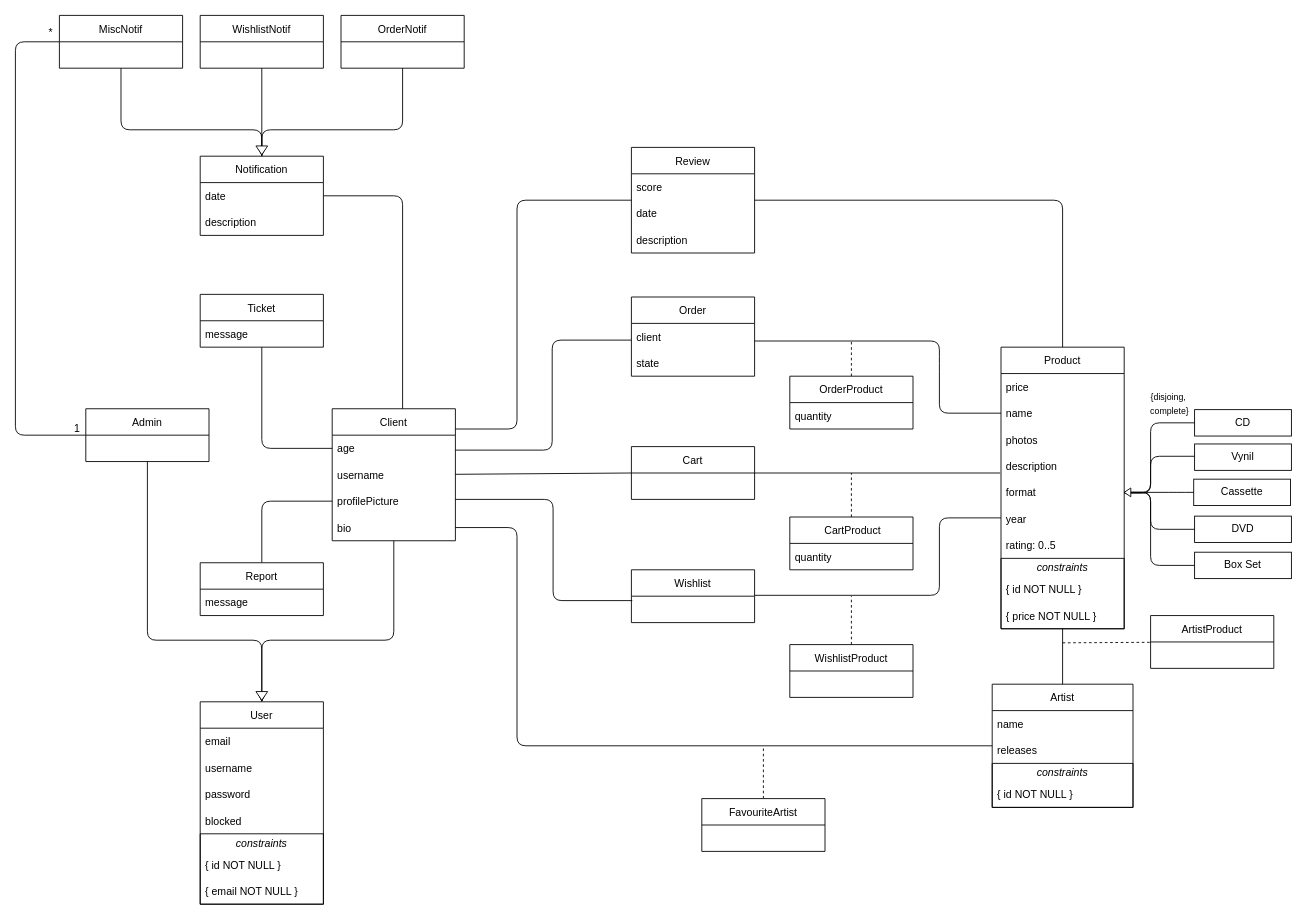
Above: docs/lbaw-uml.drawio in toni-santos/lbaw-earworm (draw.io), before the change. Source tidied: cells renumbered, new cells numbered last; positions are measured from the earlier drawing's top-left corner, leaving out a move shared by most shapes. Both pictures are drawn from the tidied source at 88%, with x=0, y=0 at pixel (15, 15).
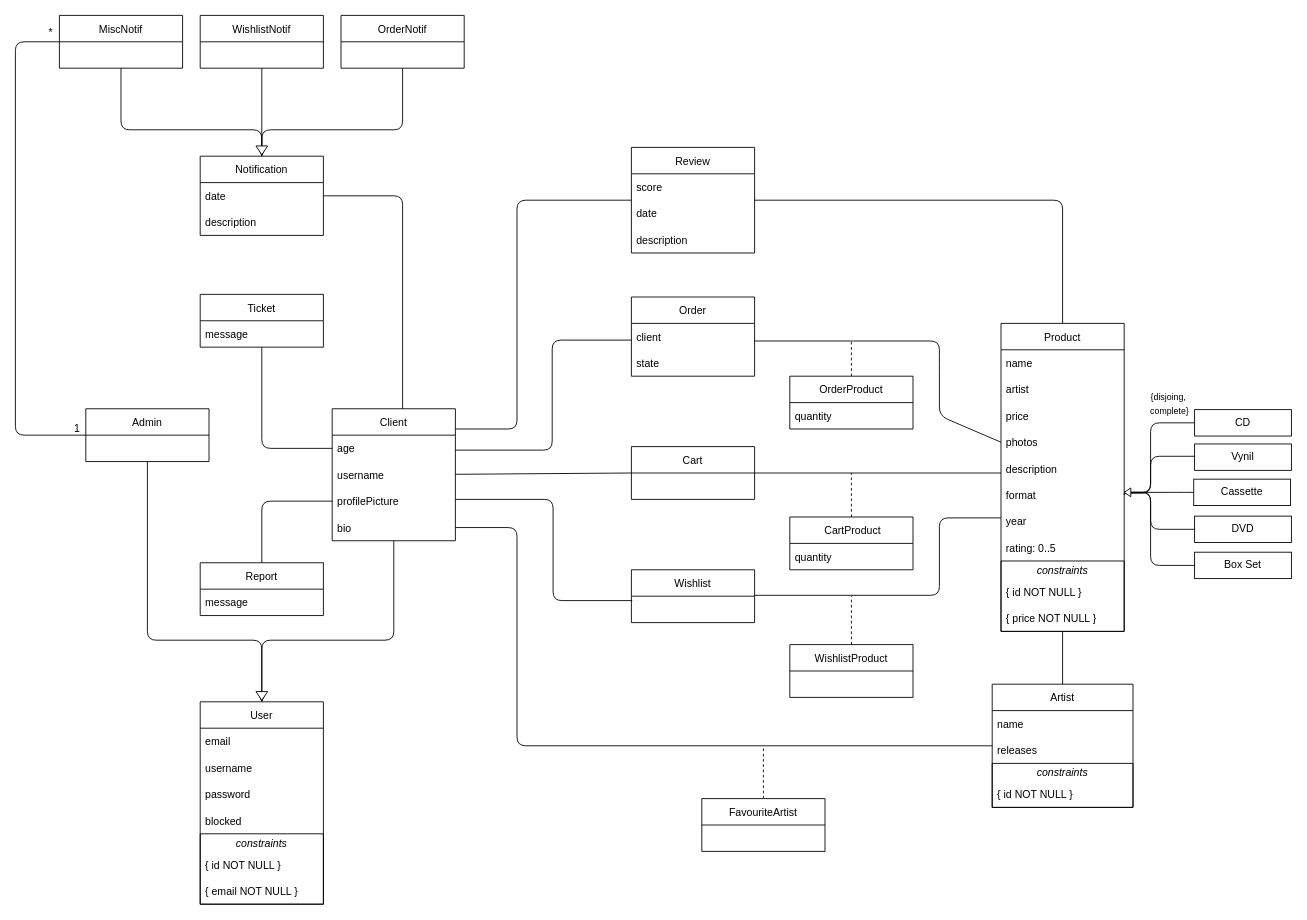
The same page after the edit.

The change refers to these unchanged cells:
```xml
<mxCell id="21" value="Cart" style="swimlane;fontStyle=0;horizontal=1;startSize=30;" parent="1" vertex="1">
  <mxGeometry x="700" y="490" width="140" height="60" as="geometry" />
</mxCell>
<mxCell id="55" value="client" style="text;strokeColor=none;fillColor=none;align=left;verticalAlign=middle;spacingLeft=4;spacingRight=4;overflow=hidden;points=[[0,0.5],[1,0.5]];portConstraint=eastwest;" parent="54" vertex="1">
  <mxGeometry y="30" width="140" height="30" as="geometry" />
</mxCell>
```

The edit, as a diff of the source:
```diff
@@
-    <mxCell id="20" style="edgeStyle=none;html=1;endArrow=none;endFill=0;strokeColor=default;entryX=-0.007;entryY=0.767;entryDx=0;entryDy=0;entryPerimeter=0;" parent="1" edge="1" source="21" target="37">
-      <mxGeometry relative="1" as="geometry" />
+    <mxCell id="20" style="edgeStyle=none;html=1;endArrow=none;endFill=0;strokeColor=default;exitX=1;exitY=0.5;exitDx=0;exitDy=0;" parent="1" edge="1" source="21">
+      <mxGeometry relative="1" as="geometry">
+        <mxPoint x="1120" y="520" as="targetPoint" />
+      </mxGeometry>
     </mxCell>
@@
     <mxCell id="33" value="Product" style="swimlane;fontStyle=0;horizontal=1;startSize=30;" parent="1" vertex="1">
-      <mxGeometry x="1120" y="377" width="140" height="320" as="geometry" />
+      <mxGeometry x="1120" y="350" width="140" height="350" as="geometry" />
     </mxCell>
+    <mxCell id="35" value="name" style="text;strokeColor=none;fillColor=none;align=left;verticalAlign=middle;spacingLeft=4;spacingRight=4;overflow=hidden;points=[[0,0.5],[1,0.5]];portConstraint=eastwest;" parent="33" vertex="1">
+      <mxGeometry y="30" width="140" height="30" as="geometry" />
+    </mxCell>
+    <mxCell id="102" value="artist" style="text;strokeColor=none;fillColor=none;align=left;verticalAlign=middle;spacingLeft=4;spacingRight=4;overflow=hidden;" parent="33" vertex="1">
+      <mxGeometry y="60" width="140" height="30" as="geometry" />
+    </mxCell>
     <mxCell id="34" value="price" style="text;strokeColor=none;fillColor=none;align=left;verticalAlign=middle;spacingLeft=4;spacingRight=4;overflow=hidden;" parent="33" vertex="1">
-      <mxGeometry y="30" width="140" height="30" as="geometry" />
+      <mxGeometry y="90" width="140" height="30" as="geometry" />
     </mxCell>
-    <mxCell id="35" value="name" style="text;strokeColor=none;fillColor=none;align=left;verticalAlign=middle;spacingLeft=4;spacingRight=4;overflow=hidden;points=[[0,0.5],[1,0.5]];portConstraint=eastwest;" parent="33" vertex="1">
-      <mxGeometry y="60" width="140" height="30" as="geometry" />
-    </mxCell>
     <mxCell id="36" value="photos" style="text;strokeColor=none;fillColor=none;align=left;verticalAlign=middle;spacingLeft=4;spacingRight=4;overflow=hidden;points=[[0,0.5],[1,0.5]];portConstraint=eastwest;" parent="33" vertex="1">
-      <mxGeometry y="90" width="140" height="30" as="geometry" />
+      <mxGeometry y="120" width="140" height="30" as="geometry" />
     </mxCell>
     <mxCell id="37" value="description" style="text;strokeColor=none;fillColor=none;align=left;verticalAlign=middle;spacingLeft=4;spacingRight=4;overflow=hidden;points=[[0,0.5],[1,0.5]];portConstraint=eastwest;" parent="33" vertex="1">
-      <mxGeometry y="120" width="140" height="30" as="geometry" />
+      <mxGeometry y="150" width="140" height="30" as="geometry" />
     </mxCell>
     <mxCell id="38" value="format" style="text;strokeColor=none;fillColor=none;align=left;verticalAlign=middle;spacingLeft=4;spacingRight=4;overflow=hidden;points=[[0,0.5],[1,0.5]];portConstraint=eastwest;" parent="33" vertex="1">
-      <mxGeometry y="150" width="140" height="30" as="geometry" />
+      <mxGeometry y="180" width="140" height="30" as="geometry" />
     </mxCell>
     <mxCell id="39" value="year" style="text;strokeColor=none;fillColor=none;align=left;verticalAlign=middle;spacingLeft=4;spacingRight=4;overflow=hidden;" parent="33" vertex="1">
-      <mxGeometry y="180" width="140" height="30" as="geometry" />
+      <mxGeometry y="210" width="140" height="30" as="geometry" />
     </mxCell>
     <mxCell id="40" value="rating: 0..5" style="text;strokeColor=none;fillColor=none;align=left;verticalAlign=middle;spacingLeft=4;spacingRight=4;overflow=hidden;" parent="33" vertex="1">
-      <mxGeometry y="210" width="140" height="30" as="geometry" />
+      <mxGeometry y="240" width="140" height="30" as="geometry" />
     </mxCell>
     <mxCell id="41" style="swimlane;fontStyle=0;horizontal=1;startSize=0;" parent="33" vertex="1">
-      <mxGeometry y="240" width="140" height="80" as="geometry" />
+      <mxGeometry y="270" width="140" height="80" as="geometry" />
     </mxCell>
@@
-    <mxCell id="77" value="ArtistProduct" style="swimlane;fontStyle=0;horizontal=1;startSize=30;" parent="1" vertex="1">
-      <mxGeometry x="1290" y="682" width="140" height="60" as="geometry" />
-    </mxCell>
-    <mxCell id="78" style="edgeStyle=none;html=1;endArrow=none;endFill=0;strokeColor=default;entryX=0;entryY=0.5;entryDx=0;entryDy=0;exitX=1;exitY=0.667;exitDx=0;exitDy=0;exitPerimeter=0;" parent="1" edge="1" source="55" target="35">
+    <mxCell id="78" style="edgeStyle=none;html=1;endArrow=none;endFill=0;strokeColor=default;entryX=0;entryY=0.5;entryDx=0;entryDy=0;exitX=1;exitY=0.667;exitDx=0;exitDy=0;exitPerimeter=0;" parent="1" edge="1" source="55" target="36">
       <mxGeometry relative="1" as="geometry">
         <Array as="points">
           <mxPoint x="1050" y="370" />
           <mxPoint x="1050" y="395" />
-          <mxPoint x="1050" y="452" />
+          <mxPoint x="1050" y="455" />
         </Array>
       </mxGeometry>
     </mxCell>
@@
-    <mxCell id="81" style="endArrow=none;dashed=1;html=1;" parent="1" edge="1" target="77">
-      <mxGeometry relative="1" as="geometry">
-        <mxPoint x="1190" y="713" as="sourcePoint" />
-      </mxGeometry>
-    </mxCell>
```
